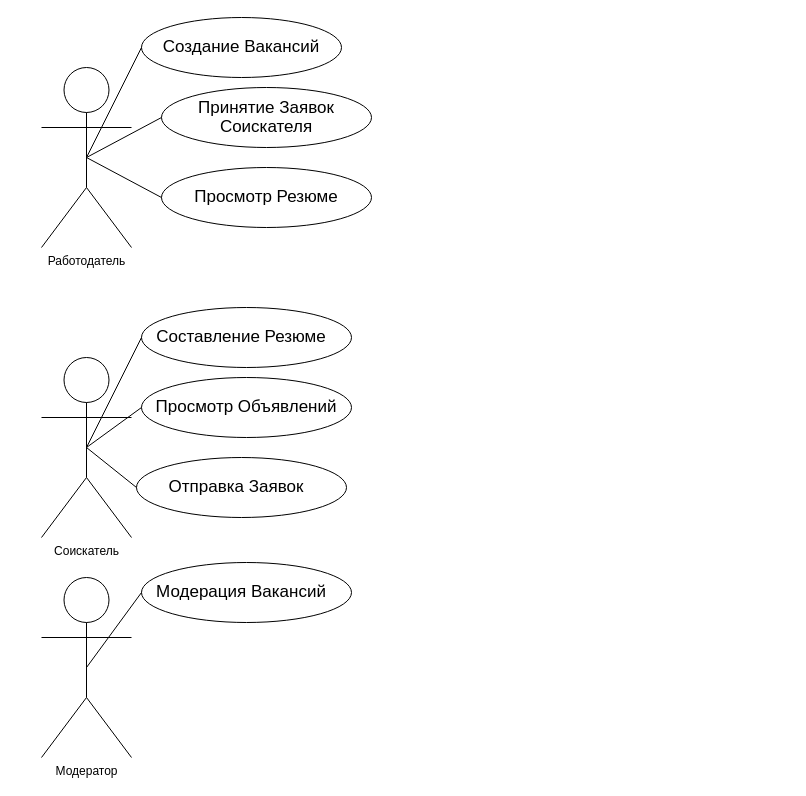
Above: Use Case Diagram.drawio in FullOfDelirium/Employment-agency (draw.io), before the change. Source tidied: cells renumbered, new cells numbered last; positions are measured from the earlier drawing's top-left corner, leaving out a move shared by most shapes. Both pictures are drawn from the tidied source at 100%, with x=0, y=0 at pixel (41, 17).
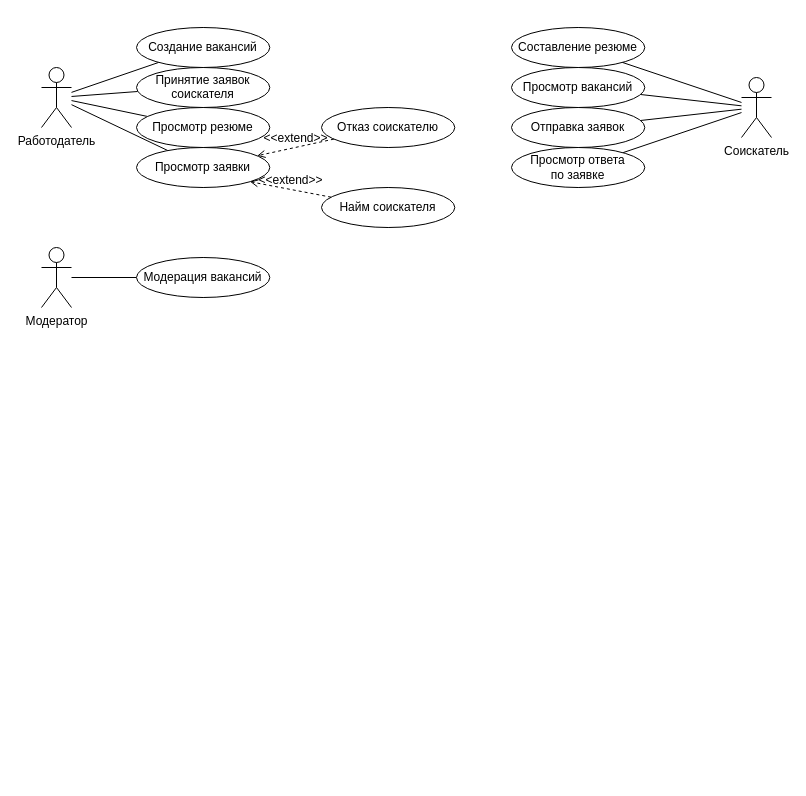
The same page after the edit.

What changed in the source:
```diff
@@
+    <mxCell id="27" style="edgeStyle=none;rounded=0;jettySize=auto;html=1;fontSize=12;endArrow=none;endFill=0;" parent="1" edge="1" source="2" target="33">
+      <mxGeometry relative="1" as="geometry" />
+    </mxCell>
     <mxCell id="2" value="Работодатель" style="shape=umlActor;verticalLabelPosition=bottom;verticalAlign=top;html=1;outlineConnect=0;" parent="1" vertex="1">
-      <mxGeometry y="50" width="90" height="180" as="geometry" />
+      <mxGeometry y="50" width="30" height="60" as="geometry" />
     </mxCell>
+    <mxCell id="28" style="edgeStyle=none;rounded=0;jettySize=auto;html=1;fontSize=12;endArrow=none;endFill=0;" parent="1" edge="1" source="3" target="2">
+      <mxGeometry relative="1" as="geometry" />
+    </mxCell>
-    <mxCell id="3" style="ellipse;whiteSpace=wrap;html=1;" parent="1" vertex="1">
-      <mxGeometry x="100" width="200" height="60" as="geometry" />
+    <mxCell id="3" value="&lt;p style=&quot;line-height: 110% ; font-size: 12px&quot;&gt;Создание вакансий&lt;/p&gt;" style="ellipse;whiteSpace=wrap;html=1;fontSize=12;" parent="1" vertex="1">
+      <mxGeometry x="95" y="10" width="133.3" height="40" as="geometry" />
     </mxCell>
-    <mxCell id="4" value="&lt;p style=&quot;line-height: 110% ; font-size: 17px&quot;&gt;Создание Вакансий&lt;/p&gt;" style="text;html=1;strokeColor=none;fillColor=none;align=center;verticalAlign=middle;whiteSpace=wrap;rounded=0;" parent="1" vertex="1">
-      <mxGeometry x="115" y="20" width="170" height="20" as="geometry" />
-    </mxCell>
-    <mxCell id="5" style="endArrow=none;html=1;exitX=0.5;exitY=0.5;exitDx=0;exitDy=0;exitPerimeter=0;entryX=0;entryY=0.5;entryDx=0;entryDy=0;" parent="1" edge="1" source="2" target="3">
-      <mxGeometry relative="1" as="geometry" />
-    </mxCell>
+    <mxCell id="29" style="edgeStyle=none;rounded=0;jettySize=auto;html=1;fontSize=12;endArrow=none;endFill=0;" parent="1" edge="1" source="6" target="2">
+      <mxGeometry relative="1" as="geometry" />
+    </mxCell>
-    <mxCell id="6" style="ellipse;whiteSpace=wrap;html=1;" parent="1" vertex="1">
-      <mxGeometry x="120" y="70" width="210" height="60" as="geometry" />
+    <mxCell id="6" value="&lt;p style=&quot;line-height: 110% ; font-size: 12px&quot;&gt;Принятие заявок соискателя&lt;/p&gt;" style="ellipse;whiteSpace=wrap;html=1;fontSize=12;" parent="1" vertex="1">
+      <mxGeometry x="95" y="50" width="133.3" height="40" as="geometry" />
     </mxCell>
-    <mxCell id="7" value="&lt;p style=&quot;line-height: 110% ; font-size: 17px&quot;&gt;Принятие Заявок Соискателя&lt;/p&gt;" style="text;html=1;strokeColor=none;fillColor=none;align=center;verticalAlign=middle;whiteSpace=wrap;rounded=0;" parent="1" vertex="1">
-      <mxGeometry x="140" y="90" width="170" height="20" as="geometry" />
-    </mxCell>
-    <mxCell id="8" style="endArrow=none;html=1;entryX=0;entryY=0.5;entryDx=0;entryDy=0;exitX=0.5;exitY=0.5;exitDx=0;exitDy=0;exitPerimeter=0;" parent="1" edge="1" source="2" target="6">
-      <mxGeometry relative="1" as="geometry" />
-    </mxCell>
+    <mxCell id="30" style="edgeStyle=none;rounded=0;jettySize=auto;html=1;fontSize=12;endArrow=none;endFill=0;" parent="1" edge="1" source="9" target="2">
+      <mxGeometry relative="1" as="geometry" />
+    </mxCell>
-    <mxCell id="9" style="ellipse;whiteSpace=wrap;html=1;" parent="1" vertex="1">
-      <mxGeometry x="120" y="150" width="210" height="60" as="geometry" />
+    <mxCell id="9" value="&lt;p style=&quot;line-height: 110% ; font-size: 12px&quot;&gt;Просмотр резюме&lt;/p&gt;" style="ellipse;whiteSpace=wrap;html=1;fontSize=12;" parent="1" vertex="1">
+      <mxGeometry x="95" y="90" width="133.3" height="40" as="geometry" />
     </mxCell>
-    <mxCell id="10" value="&lt;p style=&quot;line-height: 110% ; font-size: 17px&quot;&gt;Просмотр Резюме&lt;/p&gt;" style="text;html=1;strokeColor=none;fillColor=none;align=center;verticalAlign=middle;whiteSpace=wrap;rounded=0;" parent="1" vertex="1">
-      <mxGeometry x="140" y="170" width="170" height="20" as="geometry" />
-    </mxCell>
-    <mxCell id="11" style="endArrow=none;html=1;entryX=0;entryY=0.5;entryDx=0;entryDy=0;exitX=0.5;exitY=0.5;exitDx=0;exitDy=0;exitPerimeter=0;" parent="1" edge="1" source="2" target="9">
-      <mxGeometry relative="1" as="geometry" />
-    </mxCell>
-    <mxCell id="12" style="edgeStyle=orthogonalEdgeStyle;rounded=0;orthogonalLoop=1;jettySize=auto;html=1;exitX=0.5;exitY=1;exitDx=0;exitDy=0;" parent="1" edge="1" source="3" target="3">
-      <mxGeometry relative="1" as="geometry" />
-    </mxCell>
-    <mxCell id="13" style="ellipse;whiteSpace=wrap;html=1;" parent="1" vertex="1">
-      <mxGeometry x="100" y="290" width="210" height="60" as="geometry" />
+    <mxCell id="13" value="&lt;p style=&quot;line-height: 110% ; font-size: 12px&quot;&gt;Составление резюме&lt;/p&gt;" style="ellipse;whiteSpace=wrap;html=1;fontSize=12;" parent="1" vertex="1">
+      <mxGeometry x="470" y="10" width="133.3" height="40" as="geometry" />
     </mxCell>
-    <mxCell id="14" value="&lt;p style=&quot;line-height: 110% ; font-size: 17px&quot;&gt;Составление Резюме&lt;/p&gt;" style="text;html=1;strokeColor=none;fillColor=none;align=center;verticalAlign=middle;whiteSpace=wrap;rounded=0;" parent="1" vertex="1">
-      <mxGeometry x="110" y="310" width="180" height="20" as="geometry" />
-    </mxCell>
+    <mxCell id="31" style="edgeStyle=none;rounded=0;jettySize=auto;html=1;fontSize=12;endArrow=none;endFill=0;" parent="1" edge="1" source="15" target="13">
+      <mxGeometry relative="1" as="geometry" />
+    </mxCell>
+    <mxCell id="32" style="edgeStyle=none;rounded=0;jettySize=auto;html=1;fontSize=12;endArrow=none;endFill=0;" parent="1" edge="1" source="15" target="17">
+      <mxGeometry relative="1" as="geometry" />
+    </mxCell>
+    <mxCell id="22" style="edgeStyle=none;rounded=0;jettySize=auto;html=1;fontSize=12;endArrow=none;endFill=0;" parent="1" edge="1" source="15" target="20">
+      <mxGeometry relative="1" as="geometry" />
+    </mxCell>
     <mxCell id="15" value="Соискатель" style="shape=umlActor;verticalLabelPosition=bottom;verticalAlign=top;html=1;outlineConnect=0;" parent="1" vertex="1">
-      <mxGeometry y="340" width="90" height="180" as="geometry" />
+      <mxGeometry x="700" y="60" width="30" height="60" as="geometry" />
     </mxCell>
-    <mxCell id="16" style="endArrow=none;html=1;exitX=0.5;exitY=0.5;exitDx=0;exitDy=0;exitPerimeter=0;" parent="1" edge="1" source="15">
-      <mxGeometry relative="1" as="geometry">
-        <mxPoint x="100" y="320" as="targetPoint" />
-      </mxGeometry>
-    </mxCell>
-    <mxCell id="17" style="ellipse;whiteSpace=wrap;html=1;" parent="1" vertex="1">
-      <mxGeometry x="100" y="360" width="210" height="60" as="geometry" />
+    <mxCell id="17" value="&lt;p style=&quot;line-height: 110% ; font-size: 12px&quot;&gt;Просмотр вакансий&lt;br&gt;&lt;/p&gt;" style="ellipse;whiteSpace=wrap;html=1;fontSize=12;" parent="1" vertex="1">
+      <mxGeometry x="470" y="50" width="133.3" height="40" as="geometry" />
     </mxCell>
-    <mxCell id="18" value="&lt;p style=&quot;line-height: 110% ; font-size: 17px&quot;&gt;Просмотр Объявлений&lt;/p&gt;" style="text;html=1;strokeColor=none;fillColor=none;align=center;verticalAlign=middle;whiteSpace=wrap;rounded=0;" parent="1" vertex="1">
-      <mxGeometry x="100" y="380" width="210" height="20" as="geometry" />
-    </mxCell>
-    <mxCell id="19" style="endArrow=none;html=1;exitX=0.5;exitY=0.5;exitDx=0;exitDy=0;exitPerimeter=0;entryX=0;entryY=0.5;entryDx=0;entryDy=0;" parent="1" edge="1" source="15" target="18">
-      <mxGeometry relative="1" as="geometry" />
-    </mxCell>
-    <mxCell id="20" style="ellipse;whiteSpace=wrap;html=1;" parent="1" vertex="1">
-      <mxGeometry x="95" y="440" width="210" height="60" as="geometry" />
+    <mxCell id="20" value="&lt;p style=&quot;line-height: 110% ; font-size: 12px&quot;&gt;Отправка заявок&lt;/p&gt;" style="ellipse;whiteSpace=wrap;html=1;fontSize=12;" parent="1" vertex="1">
+      <mxGeometry x="470" y="90" width="133.3" height="40" as="geometry" />
     </mxCell>
-    <mxCell id="21" value="&lt;p style=&quot;line-height: 110% ; font-size: 17px&quot;&gt;Отправка Заявок&lt;/p&gt;" style="text;html=1;strokeColor=none;fillColor=none;align=center;verticalAlign=middle;whiteSpace=wrap;rounded=0;" parent="1" vertex="1">
-      <mxGeometry x="105" y="460" width="180" height="20" as="geometry" />
-    </mxCell>
-    <mxCell id="22" style="endArrow=none;html=1;exitX=0.5;exitY=0.5;exitDx=0;exitDy=0;exitPerimeter=0;entryX=0;entryY=0.5;entryDx=0;entryDy=0;" parent="1" edge="1" source="15" target="20">
-      <mxGeometry relative="1" as="geometry" />
-    </mxCell>
+    <mxCell id="26" style="edgeStyle=none;rounded=0;jettySize=auto;html=1;fontSize=12;endArrow=none;endFill=0;" parent="1" edge="1" source="23" target="24">
+      <mxGeometry relative="1" as="geometry" />
+    </mxCell>
     <mxCell id="23" value="Модератор" style="shape=umlActor;verticalLabelPosition=bottom;verticalAlign=top;html=1;outlineConnect=0;" parent="1" vertex="1">
-      <mxGeometry y="560" width="90" height="180" as="geometry" />
+      <mxGeometry y="230" width="30" height="60" as="geometry" />
     </mxCell>
-    <mxCell id="24" style="ellipse;whiteSpace=wrap;html=1;" parent="1" vertex="1">
-      <mxGeometry x="100" y="545" width="210" height="60" as="geometry" />
+    <mxCell id="24" value="&lt;p style=&quot;line-height: 110% ; font-size: 12px&quot;&gt;Модерация вакансий&lt;/p&gt;" style="ellipse;whiteSpace=wrap;html=1;fontSize=12;" parent="1" vertex="1">
+      <mxGeometry x="95" y="240" width="133.3" height="40" as="geometry" />
     </mxCell>
-    <mxCell id="25" value="&lt;p style=&quot;line-height: 110% ; font-size: 17px&quot;&gt;Модерация Вакансий&lt;/p&gt;" style="text;html=1;strokeColor=none;fillColor=none;align=center;verticalAlign=middle;whiteSpace=wrap;rounded=0;" parent="1" vertex="1">
-      <mxGeometry x="110" y="565" width="180" height="20" as="geometry" />
-    </mxCell>
-    <mxCell id="26" style="endArrow=none;html=1;exitX=0.5;exitY=0.5;exitDx=0;exitDy=0;exitPerimeter=0;entryX=0;entryY=0.5;entryDx=0;entryDy=0;" parent="1" edge="1" source="23" target="24">
-      <mxGeometry relative="1" as="geometry" />
-    </mxCell>
+    <mxCell id="33" value="Просмотр заявки" style="ellipse;whiteSpace=wrap;html=1;fontSize=12;" parent="1" vertex="1">
+      <mxGeometry x="95" y="130" width="133.3" height="40" as="geometry" />
+    </mxCell>
+    <mxCell id="34" value="Отказ соискателю" style="ellipse;whiteSpace=wrap;html=1;fontSize=12;" parent="1" vertex="1">
+      <mxGeometry x="280" y="90" width="133.3" height="40" as="geometry" />
+    </mxCell>
+    <mxCell id="35" value="Найм соискателя" style="ellipse;whiteSpace=wrap;html=1;fontSize=12;" parent="1" vertex="1">
+      <mxGeometry x="280" y="170" width="133.3" height="40" as="geometry" />
+    </mxCell>
+    <mxCell id="36" value="&amp;lt;&amp;lt;extend&amp;gt;&amp;gt;" style="html=1;verticalAlign=bottom;labelBackgroundColor=none;endArrow=open;endFill=0;dashed=1;fontSize=12;" parent="1" edge="1" source="34" target="33">
+      <mxGeometry relative="1" as="geometry" />
+    </mxCell>
+    <mxCell id="37" value="&amp;lt;&amp;lt;extend&amp;gt;&amp;gt;" style="html=1;verticalAlign=bottom;labelBackgroundColor=none;endArrow=open;endFill=0;dashed=1;fontSize=12;entryX=1;entryY=1;entryDx=0;entryDy=0;" parent="1" edge="1" source="35" target="33">
+      <mxGeometry relative="1" as="geometry" />
+    </mxCell>
+    <mxCell id="38" style="edgeStyle=none;rounded=0;jettySize=auto;html=1;fontSize=12;endArrow=none;endFill=0;" parent="1" edge="1" source="39" target="15">
+      <mxGeometry relative="1" as="geometry" />
+    </mxCell>
+    <mxCell id="39" value="Просмотр ответа&lt;br&gt;по заявке" style="ellipse;whiteSpace=wrap;html=1;fontSize=12;" parent="1" vertex="1">
+      <mxGeometry x="470" y="130" width="133.3" height="40" as="geometry" />
+    </mxCell>
```
